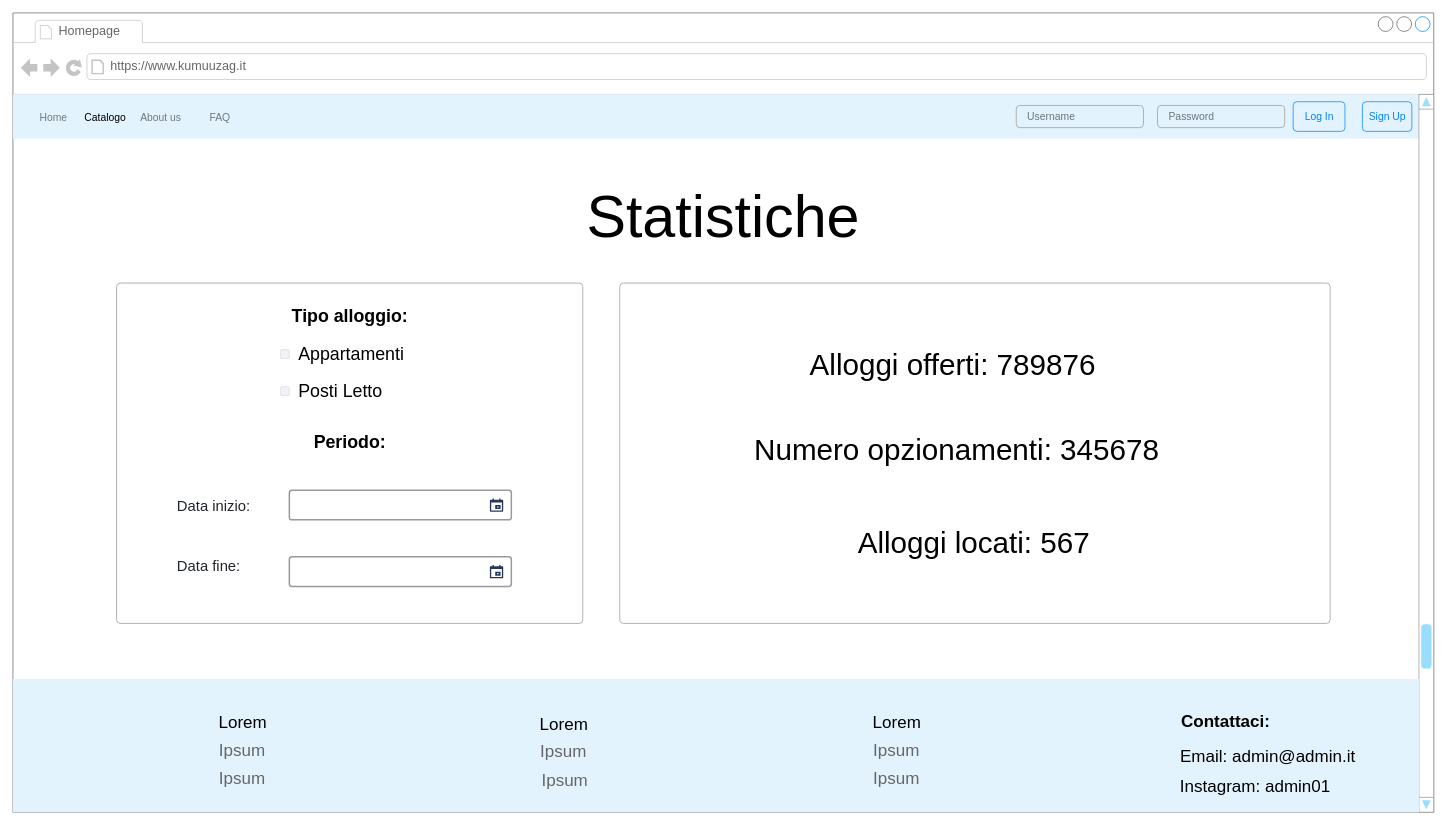
Earlier version of the draw.io diagram page "Statistiche" (7 of 8) of diagrams/mockup.drawio (begbaj/tecweb). Source tidied: cells renumbered, new cells numbered last; positions are measured from the earlier drawing's top-left corner, leaving out a move shared by most shapes. Both pictures are drawn from the tidied source at 74%, with x=0, y=0 at pixel (13, 13).
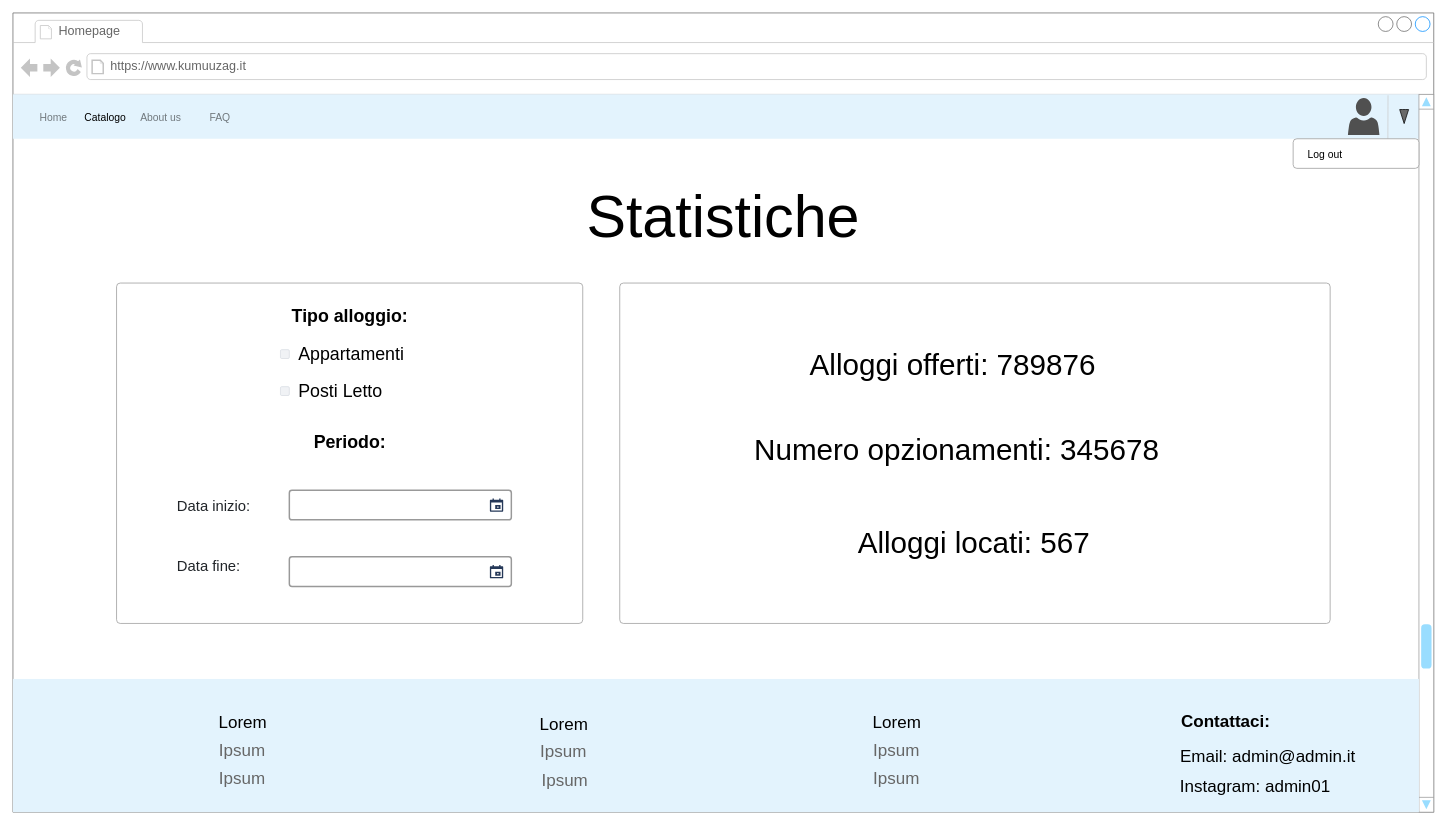
Above is the later version.

Unchanged cells that the change refers to:
```xml
<mxCell id="2" style="strokeWidth=1;shadow=0;dashed=0;align=center;html=1;shape=mxgraph.mockup.containers.browserWindow;rSize=0;strokeColor=#666666;strokeColor2=#008cff;strokeColor3=#c4c4c4;mainText=,;fontSize=19;fontStyle=1;" parent="1" vertex="1">
  <mxGeometry width="1920" height="1080" as="geometry" />
</mxCell>
<mxCell id="5" style="html=1;shadow=0;dashed=0;fillColor=#E3F3FD;strokeColor=none;fontSize=16;fontColor=#161819;align=left;spacing=15;" parent="2" vertex="1">
  <mxGeometry y="110" width="1900" height="60" as="geometry" />
</mxCell>
```

Change to the diagram source:
```diff
@@
-    <mxCell id="10" value="Log In" style="html=1;shadow=0;dashed=0;shape=mxgraph.bootstrap.rrect;rSize=5;fontSize=14;fontColor=#0085FC;strokeColor=#0085FC;fillColor=none;" parent="5" vertex="1">
-      <mxGeometry x="1" width="70" height="40" relative="1" as="geometry">
-        <mxPoint x="-170" y="10" as="offset" />
-      </mxGeometry>
-    </mxCell>
-    <mxCell id="11" value="Sign Up" style="html=1;shadow=0;dashed=0;shape=mxgraph.bootstrap.rrect;rSize=5;fontSize=14;fontColor=#0085FC;strokeColor=#0085FC;fillColor=none;" parent="5" vertex="1">
-      <mxGeometry x="1823.6" y="10" width="66.8" height="40" as="geometry" />
-    </mxCell>
-    <mxCell id="12" value="Password" style="html=1;shadow=0;dashed=0;shape=mxgraph.bootstrap.rrect;rSize=5;fillColor=none;strokeColor=#999999;align=left;spacing=15;fontSize=14;fontColor=#6C767D;" parent="5" vertex="1">
-      <mxGeometry x="1546.7" y="15" width="171.9" height="30" as="geometry" />
-    </mxCell>
-    <mxCell id="13" value="Username" style="html=1;shadow=0;dashed=0;shape=mxgraph.bootstrap.rrect;rSize=5;fillColor=none;strokeColor=#999999;align=left;spacing=15;fontSize=14;fontColor=#6C767D;" parent="5" vertex="1">
-      <mxGeometry x="1355.8" y="15" width="171.9" height="30" as="geometry" />
-    </mxCell>
+    <mxCell id="44" style="sketch=0;shadow=0;dashed=0;html=1;strokeColor=none;labelPosition=center;verticalLabelPosition=bottom;verticalAlign=top;align=center;fillColor=#505050;shape=mxgraph.mscae.intune.account_portal;" parent="5" vertex="1">
+      <mxGeometry x="1804" y="5" width="42.6" height="50" as="geometry" />
+    </mxCell>
+    <mxCell id="45" style="shape=flexArrow;endArrow=classic;html=1;rounded=0;endWidth=6.858954998489882;endSize=5.990909090909091;width=4.186046511627906;fillColor=#696969;" parent="5" edge="1">
+      <mxGeometry relative="1" as="geometry">
+        <mxPoint x="1880" y="20" as="sourcePoint" />
+        <mxPoint x="1880" y="40" as="targetPoint" />
+      </mxGeometry>
+    </mxCell>
@@
+    <mxCell id="46" style="endArrow=none;html=1;rounded=0;fontColor=#CCCCCC;entryX=0.978;entryY=0.022;entryDx=0;entryDy=0;entryPerimeter=0;strokeColor=#CCCCCC;" parent="2" edge="1" target="5">
+      <mxGeometry relative="1" as="geometry">
+        <mxPoint x="1858" y="170" as="sourcePoint" />
+      </mxGeometry>
+    </mxCell>
+    <mxCell id="47" style="html=1;shadow=0;dashed=0;shape=mxgraph.bootstrap.rrect;rSize=5;fillColor=#ffffff;strokeColor=#999999;" parent="2" vertex="1">
+      <mxGeometry x="1730" y="170" width="170" height="40" as="geometry" />
+    </mxCell>
+    <mxCell id="48" value="Log out" style="fillColor=none;strokeColor=none;align=left;spacing=20;fontSize=14;" parent="47" vertex="1">
+      <mxGeometry width="170" height="30" relative="1" as="geometry">
+        <mxPoint y="5" as="offset" />
+      </mxGeometry>
+    </mxCell>
```
